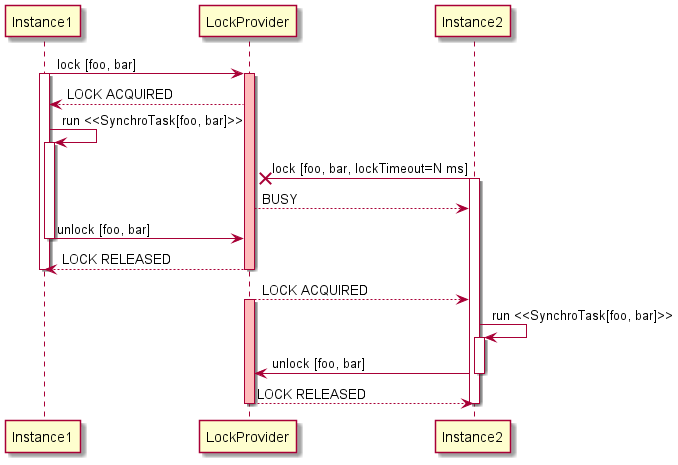
Before: doc/LockTimeout.png, a diagram exported from PlantUML (vg2902/synchro-task). The source it was exported from:
```plantuml
@startuml

Instance1 -> LockProvider ++ #FFBBBB : lock [foo, bar]
activate Instance1
LockProvider --> Instance1 : LOCK ACQUIRED
Instance1 -> Instance1 ++: run <<SynchroTask[foo, bar]>>

Instance2 ->x LockProvider: lock [foo, bar, lockTimeout=N ms]
activate Instance2
LockProvider --> Instance2 : BUSY

Instance1 -> LockProvider -- : unlock [foo, bar]
LockProvider --> Instance1 -- : LOCK RELEASED
deactivate Instance1

LockProvider --> Instance2 : LOCK ACQUIRED
activate LockProvider #FFBBBB
Instance2 -> Instance2: run <<SynchroTask[foo, bar]>>
activate Instance2
Instance2 -> LockProvider -- : unlock [foo, bar]
LockProvider --> Instance2 -- : LOCK RELEASED
deactivate Instance2

@enduml
```
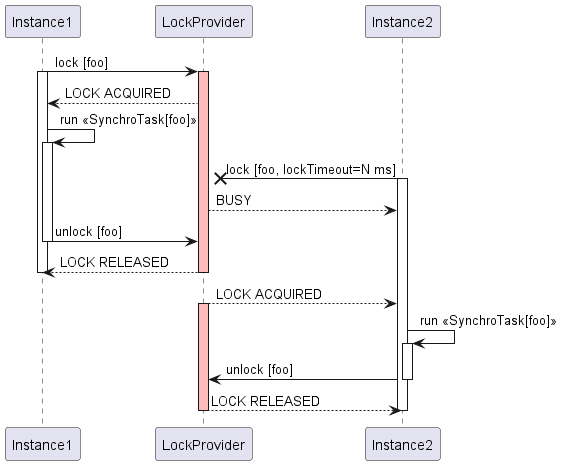
The same diagram one commit later.

The edit, as a diff of the source:
```diff
@@ -1,23 +1,23 @@
 @startuml
 
-Instance1 -> LockProvider ++ #FFBBBB : lock [foo, bar]
+Instance1 -> LockProvider ++ #FFBBBB : lock [foo]
 activate Instance1
 LockProvider --> Instance1 : LOCK ACQUIRED
-Instance1 -> Instance1 ++: run <<SynchroTask[foo, bar]>>
+Instance1 -> Instance1 ++: run <<SynchroTask[foo]>>
 
-Instance2 ->x LockProvider: lock [foo, bar, lockTimeout=N ms]
+Instance2 ->x LockProvider: lock [foo, lockTimeout=N ms]
 activate Instance2
 LockProvider --> Instance2 : BUSY
 
-Instance1 -> LockProvider -- : unlock [foo, bar]
+Instance1 -> LockProvider -- : unlock [foo]
 LockProvider --> Instance1 -- : LOCK RELEASED
 deactivate Instance1
 
 LockProvider --> Instance2 : LOCK ACQUIRED
 activate LockProvider #FFBBBB
-Instance2 -> Instance2: run <<SynchroTask[foo, bar]>>
+Instance2 -> Instance2: run <<SynchroTask[foo]>>
 activate Instance2
-Instance2 -> LockProvider -- : unlock [foo, bar]
+Instance2 -> LockProvider -- : unlock [foo]
 LockProvider --> Instance2 -- : LOCK RELEASED
 deactivate Instance2
 
```
